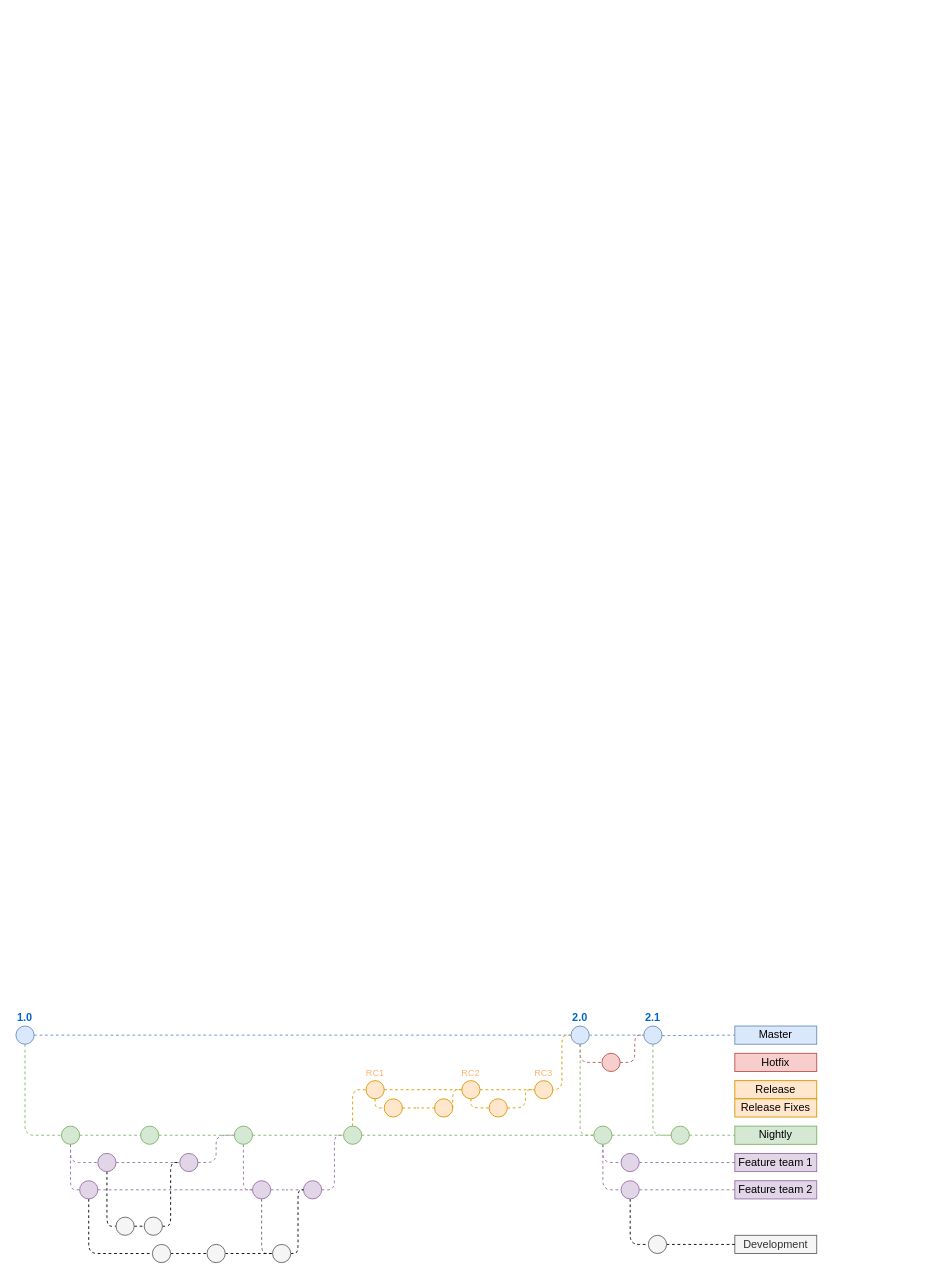
waynechungvs/salesforce-ci-cd-org-dev keeps this draw.io diagram as 未命名绘图.drawio. Above is the earlier version. Source tidied: cells renumbered, new cells numbered last; positions are measured from the earlier drawing's top-left corner, leaving out a move shared by most shapes. Both pictures are drawn from the tidied source at 91%, with x=0, y=0 at pixel (15, 1026).
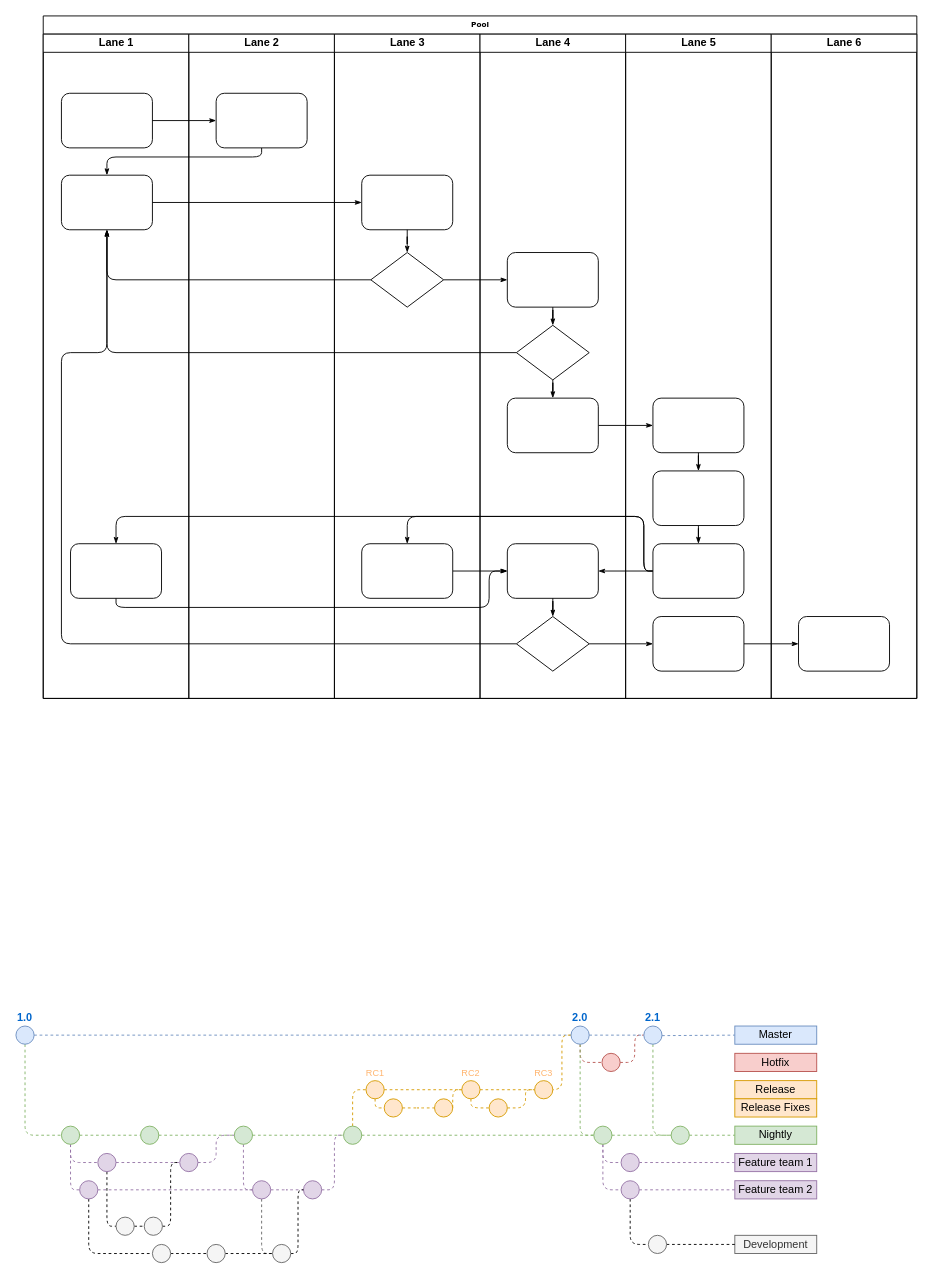
After the change.

Commit message:
更新未命名绘图.drawio

What changed in the source:
```diff
@@
+    <mxCell id="83" value="Pool" style="swimlane;html=1;startSize=20;rounded=0;shadow=0;labelBackgroundColor=none;strokeWidth=1;fontFamily=Verdana;fontSize=8;align=center;" parent="1" vertex="1">
+      <mxGeometry x="30" y="-1110" width="960" height="750" as="geometry" />
+    </mxCell>
+    <mxCell id="84" value="Lane 1" style="swimlane;html=1;startSize=20;" parent="83" vertex="1">
+      <mxGeometry y="20" width="160" height="730" as="geometry" />
+    </mxCell>
+    <mxCell id="85" style="rounded=1;whiteSpace=wrap;html=1;shadow=0;labelBackgroundColor=none;strokeWidth=1;fontFamily=Verdana;fontSize=8;align=center;" parent="84" vertex="1">
+      <mxGeometry x="20" y="65" width="100" height="60" as="geometry" />
+    </mxCell>
+    <mxCell id="86" style="rounded=1;whiteSpace=wrap;html=1;shadow=0;labelBackgroundColor=none;strokeWidth=1;fontFamily=Verdana;fontSize=8;align=center;" parent="84" vertex="1">
+      <mxGeometry x="20" y="155" width="100" height="60" as="geometry" />
+    </mxCell>
+    <mxCell id="87" style="rounded=1;whiteSpace=wrap;html=1;shadow=0;labelBackgroundColor=none;strokeWidth=1;fontFamily=Verdana;fontSize=8;align=center;" parent="84" vertex="1">
+      <mxGeometry x="30" y="560" width="100" height="60" as="geometry" />
+    </mxCell>
+    <mxCell id="88" style="edgeStyle=orthogonalEdgeStyle;rounded=1;html=1;labelBackgroundColor=none;startArrow=none;startFill=0;startSize=5;endArrow=classicThin;endFill=1;endSize=5;jettySize=auto;strokeWidth=1;fontFamily=Verdana;fontSize=8;" parent="83" edge="1" source="85" target="104">
+      <mxGeometry relative="1" as="geometry" />
+    </mxCell>
+    <mxCell id="89" style="edgeStyle=orthogonalEdgeStyle;rounded=1;html=1;labelBackgroundColor=none;startArrow=none;startFill=0;startSize=5;endArrow=classicThin;endFill=1;endSize=5;jettySize=auto;strokeWidth=1;fontFamily=Verdana;fontSize=8;" parent="83" edge="1" source="104" target="86">
+      <mxGeometry relative="1" as="geometry">
+        <Array as="points">
+          <mxPoint x="240" y="155" />
+          <mxPoint x="70" y="155" />
+        </Array>
+      </mxGeometry>
+    </mxCell>
+    <mxCell id="90" style="edgeStyle=orthogonalEdgeStyle;rounded=1;html=1;labelBackgroundColor=none;startArrow=none;startFill=0;startSize=5;endArrow=classicThin;endFill=1;endSize=5;jettySize=auto;strokeWidth=1;fontFamily=Verdana;fontSize=8;" parent="83" edge="1" source="86" target="106">
+      <mxGeometry relative="1" as="geometry" />
+    </mxCell>
+    <mxCell id="91" style="edgeStyle=orthogonalEdgeStyle;rounded=1;html=1;labelBackgroundColor=none;startArrow=none;startFill=0;startSize=5;endArrow=classicThin;endFill=1;endSize=5;jettySize=auto;strokeWidth=1;fontFamily=Verdana;fontSize=8;" parent="83" edge="1" source="107" target="86">
+      <mxGeometry relative="1" as="geometry" />
+    </mxCell>
+    <mxCell id="92" style="edgeStyle=orthogonalEdgeStyle;rounded=1;html=1;labelBackgroundColor=none;startArrow=none;startFill=0;startSize=5;endArrow=classicThin;endFill=1;endSize=5;jettySize=auto;strokeWidth=1;fontFamily=Verdana;fontSize=8;" parent="83" edge="1" source="112" target="86">
+      <mxGeometry relative="1" as="geometry" />
+    </mxCell>
+    <mxCell id="93" style="edgeStyle=orthogonalEdgeStyle;rounded=1;html=1;labelBackgroundColor=none;startArrow=none;startFill=0;startSize=5;endArrow=classicThin;endFill=1;endSize=5;jettySize=auto;strokeWidth=1;fontFamily=Verdana;fontSize=8;" parent="83" edge="1" source="115" target="86">
+      <mxGeometry relative="1" as="geometry">
+        <Array as="points">
+          <mxPoint x="20" y="690" />
+          <mxPoint x="20" y="370" />
+          <mxPoint x="70" y="370" />
+        </Array>
+      </mxGeometry>
+    </mxCell>
+    <mxCell id="94" style="edgeStyle=orthogonalEdgeStyle;rounded=1;html=1;labelBackgroundColor=none;startArrow=none;startFill=0;startSize=5;endArrow=classicThin;endFill=1;endSize=5;jettySize=auto;strokeWidth=1;fontFamily=Verdana;fontSize=8;" parent="83" edge="1" source="107" target="111">
+      <mxGeometry relative="1" as="geometry" />
+    </mxCell>
+    <mxCell id="95" style="edgeStyle=orthogonalEdgeStyle;rounded=1;html=1;labelBackgroundColor=none;startArrow=none;startFill=0;startSize=5;endArrow=classicThin;endFill=1;endSize=5;jettySize=auto;strokeWidth=1;fontFamily=Verdana;fontSize=8;" parent="83" edge="1" source="115" target="123">
+      <mxGeometry relative="1" as="geometry" />
+    </mxCell>
+    <mxCell id="96" style="edgeStyle=orthogonalEdgeStyle;rounded=1;html=1;labelBackgroundColor=none;startArrow=none;startFill=0;startSize=5;endArrow=classicThin;endFill=1;endSize=5;jettySize=auto;strokeWidth=1;fontFamily=Verdana;fontSize=8;" parent="83" edge="1" source="123" target="127">
+      <mxGeometry relative="1" as="geometry" />
+    </mxCell>
+    <mxCell id="97" style="edgeStyle=orthogonalEdgeStyle;rounded=1;html=1;labelBackgroundColor=none;startArrow=none;startFill=0;startSize=5;endArrow=classicThin;endFill=1;endSize=5;jettySize=auto;strokeWidth=1;fontFamily=Verdana;fontSize=8;" parent="83" edge="1" source="113" target="120">
+      <mxGeometry relative="1" as="geometry" />
+    </mxCell>
+    <mxCell id="98" style="edgeStyle=orthogonalEdgeStyle;rounded=1;html=1;labelBackgroundColor=none;startArrow=none;startFill=0;startSize=5;endArrow=classicThin;endFill=1;endSize=5;jettySize=auto;strokeWidth=1;fontFamily=Verdana;fontSize=8;" parent="83" edge="1" source="122" target="108">
+      <mxGeometry relative="1" as="geometry">
+        <Array as="points">
+          <mxPoint x="660" y="610" />
+          <mxPoint x="660" y="550" />
+          <mxPoint x="400" y="550" />
+        </Array>
+      </mxGeometry>
+    </mxCell>
+    <mxCell id="99" style="edgeStyle=orthogonalEdgeStyle;rounded=1;html=1;labelBackgroundColor=none;startArrow=none;startFill=0;startSize=5;endArrow=classicThin;endFill=1;endSize=5;jettySize=auto;strokeColor=#000000;strokeWidth=1;fontFamily=Verdana;fontSize=8;fontColor=#000000;" parent="83" edge="1" source="122" target="114">
+      <mxGeometry relative="1" as="geometry" />
+    </mxCell>
+    <mxCell id="100" style="edgeStyle=orthogonalEdgeStyle;rounded=1;html=1;labelBackgroundColor=none;startArrow=none;startFill=0;startSize=5;endArrow=classicThin;endFill=1;endSize=5;jettySize=auto;strokeWidth=1;fontFamily=Verdana;fontSize=8;" parent="83" edge="1" source="122" target="87">
+      <mxGeometry relative="1" as="geometry">
+        <Array as="points">
+          <mxPoint x="660" y="610" />
+          <mxPoint x="660" y="550" />
+          <mxPoint x="80" y="550" />
+        </Array>
+      </mxGeometry>
+    </mxCell>
+    <mxCell id="101" style="edgeStyle=orthogonalEdgeStyle;rounded=1;html=1;labelBackgroundColor=none;startArrow=none;startFill=0;startSize=5;endArrow=classicThin;endFill=1;endSize=5;jettySize=auto;strokeWidth=1;fontFamily=Verdana;fontSize=8;" parent="83" edge="1" source="87" target="114">
+      <mxGeometry relative="1" as="geometry">
+        <Array as="points">
+          <mxPoint x="80" y="650" />
+          <mxPoint x="490" y="650" />
+          <mxPoint x="490" y="610" />
+        </Array>
+      </mxGeometry>
+    </mxCell>
+    <mxCell id="102" style="edgeStyle=orthogonalEdgeStyle;rounded=1;html=1;labelBackgroundColor=none;startArrow=none;startFill=0;startSize=5;endArrow=classicThin;endFill=1;endSize=5;jettySize=auto;strokeWidth=1;fontFamily=Verdana;fontSize=8;" parent="83" edge="1" source="108" target="114">
+      <mxGeometry relative="1" as="geometry" />
+    </mxCell>
+    <mxCell id="103" value="Lane 2" style="swimlane;html=1;startSize=20;" parent="83" vertex="1">
+      <mxGeometry x="160" y="20" width="160" height="730" as="geometry" />
+    </mxCell>
+    <mxCell id="104" style="rounded=1;whiteSpace=wrap;html=1;shadow=0;labelBackgroundColor=none;strokeWidth=1;fontFamily=Verdana;fontSize=8;align=center;" parent="103" vertex="1">
+      <mxGeometry x="30" y="65" width="100" height="60" as="geometry" />
+    </mxCell>
+    <mxCell id="105" value="Lane 3" style="swimlane;html=1;startSize=20;" parent="83" vertex="1">
+      <mxGeometry x="320" y="20" width="160" height="730" as="geometry" />
+    </mxCell>
+    <mxCell id="106" style="rounded=1;whiteSpace=wrap;html=1;shadow=0;labelBackgroundColor=none;strokeWidth=1;fontFamily=Verdana;fontSize=8;align=center;" parent="105" vertex="1">
+      <mxGeometry x="30" y="155" width="100" height="60" as="geometry" />
+    </mxCell>
+    <mxCell id="107" style="rhombus;whiteSpace=wrap;html=1;rounded=0;shadow=0;labelBackgroundColor=none;strokeWidth=1;fontFamily=Verdana;fontSize=8;align=center;" parent="105" vertex="1">
+      <mxGeometry x="40" y="240" width="80" height="60" as="geometry" />
+    </mxCell>
+    <mxCell id="108" style="rounded=1;whiteSpace=wrap;html=1;shadow=0;labelBackgroundColor=none;strokeWidth=1;fontFamily=Verdana;fontSize=8;align=center;" parent="105" vertex="1">
+      <mxGeometry x="30" y="560" width="100" height="60" as="geometry" />
+    </mxCell>
+    <mxCell id="109" style="edgeStyle=orthogonalEdgeStyle;rounded=1;html=1;labelBackgroundColor=none;startArrow=none;startFill=0;startSize=5;endArrow=classicThin;endFill=1;endSize=5;jettySize=auto;strokeWidth=1;fontFamily=Verdana;fontSize=8;" parent="105" edge="1" source="106" target="107">
+      <mxGeometry relative="1" as="geometry" />
+    </mxCell>
+    <mxCell id="110" value="Lane 4" style="swimlane;html=1;startSize=20;" parent="83" vertex="1">
+      <mxGeometry x="480" y="20" width="160" height="730" as="geometry" />
+    </mxCell>
+    <mxCell id="111" style="rounded=1;whiteSpace=wrap;html=1;shadow=0;labelBackgroundColor=none;strokeWidth=1;fontFamily=Verdana;fontSize=8;align=center;" parent="110" vertex="1">
+      <mxGeometry x="30" y="240" width="100" height="60" as="geometry" />
+    </mxCell>
+    <mxCell id="112" style="rhombus;whiteSpace=wrap;html=1;rounded=0;shadow=0;labelBackgroundColor=none;strokeWidth=1;fontFamily=Verdana;fontSize=8;align=center;" parent="110" vertex="1">
+      <mxGeometry x="40" y="320" width="80" height="60" as="geometry" />
+    </mxCell>
+    <mxCell id="113" style="rounded=1;whiteSpace=wrap;html=1;shadow=0;labelBackgroundColor=none;strokeWidth=1;fontFamily=Verdana;fontSize=8;align=center;" parent="110" vertex="1">
+      <mxGeometry x="30" y="400" width="100" height="60" as="geometry" />
+    </mxCell>
+    <mxCell id="114" style="rounded=1;whiteSpace=wrap;html=1;shadow=0;labelBackgroundColor=none;strokeWidth=1;fontFamily=Verdana;fontSize=8;align=center;" parent="110" vertex="1">
+      <mxGeometry x="30" y="560" width="100" height="60" as="geometry" />
+    </mxCell>
+    <mxCell id="115" style="rhombus;whiteSpace=wrap;html=1;rounded=0;shadow=0;labelBackgroundColor=none;strokeWidth=1;fontFamily=Verdana;fontSize=8;align=center;" parent="110" vertex="1">
+      <mxGeometry x="40" y="640" width="80" height="60" as="geometry" />
+    </mxCell>
+    <mxCell id="116" style="edgeStyle=orthogonalEdgeStyle;rounded=1;html=1;labelBackgroundColor=none;startArrow=none;startFill=0;startSize=5;endArrow=classicThin;endFill=1;endSize=5;jettySize=auto;strokeColor=#000000;strokeWidth=1;fontFamily=Verdana;fontSize=8;fontColor=#000000;" parent="110" edge="1" source="111" target="112">
+      <mxGeometry relative="1" as="geometry" />
+    </mxCell>
+    <mxCell id="117" style="edgeStyle=orthogonalEdgeStyle;rounded=1;html=1;labelBackgroundColor=none;startArrow=none;startFill=0;startSize=5;endArrow=classicThin;endFill=1;endSize=5;jettySize=auto;strokeWidth=1;fontFamily=Verdana;fontSize=8;" parent="110" edge="1" source="112" target="113">
+      <mxGeometry relative="1" as="geometry" />
+    </mxCell>
+    <mxCell id="118" style="edgeStyle=orthogonalEdgeStyle;rounded=1;html=1;labelBackgroundColor=none;startArrow=none;startFill=0;startSize=5;endArrow=classicThin;endFill=1;endSize=5;jettySize=auto;strokeWidth=1;fontFamily=Verdana;fontSize=8;" parent="110" edge="1" source="114" target="115">
+      <mxGeometry relative="1" as="geometry" />
+    </mxCell>
+    <mxCell id="119" value="Lane 5" style="swimlane;html=1;startSize=20;" parent="83" vertex="1">
+      <mxGeometry x="640" y="20" width="160" height="730" as="geometry" />
+    </mxCell>
+    <mxCell id="120" style="rounded=1;whiteSpace=wrap;html=1;shadow=0;labelBackgroundColor=none;strokeWidth=1;fontFamily=Verdana;fontSize=8;align=center;" parent="119" vertex="1">
+      <mxGeometry x="30" y="400" width="100" height="60" as="geometry" />
+    </mxCell>
+    <mxCell id="121" style="rounded=1;whiteSpace=wrap;html=1;shadow=0;labelBackgroundColor=none;strokeWidth=1;fontFamily=Verdana;fontSize=8;align=center;" parent="119" vertex="1">
+      <mxGeometry x="30" y="480" width="100" height="60" as="geometry" />
+    </mxCell>
+    <mxCell id="122" style="rounded=1;whiteSpace=wrap;html=1;shadow=0;labelBackgroundColor=none;strokeWidth=1;fontFamily=Verdana;fontSize=8;align=center;" parent="119" vertex="1">
+      <mxGeometry x="30" y="560" width="100" height="60" as="geometry" />
+    </mxCell>
+    <mxCell id="123" style="rounded=1;whiteSpace=wrap;html=1;shadow=0;labelBackgroundColor=none;strokeWidth=1;fontFamily=Verdana;fontSize=8;align=center;" parent="119" vertex="1">
+      <mxGeometry x="30" y="640" width="100" height="60" as="geometry" />
+    </mxCell>
+    <mxCell id="124" style="edgeStyle=orthogonalEdgeStyle;rounded=1;html=1;labelBackgroundColor=none;startArrow=none;startFill=0;startSize=5;endArrow=classicThin;endFill=1;endSize=5;jettySize=auto;strokeWidth=1;fontFamily=Verdana;fontSize=8;" parent="119" edge="1" source="120" target="121">
+      <mxGeometry relative="1" as="geometry" />
+    </mxCell>
+    <mxCell id="125" style="edgeStyle=orthogonalEdgeStyle;rounded=1;html=1;labelBackgroundColor=none;startArrow=none;startFill=0;startSize=5;endArrow=classicThin;endFill=1;endSize=5;jettySize=auto;strokeWidth=1;fontFamily=Verdana;fontSize=8;" parent="119" edge="1" source="121" target="122">
+      <mxGeometry relative="1" as="geometry" />
+    </mxCell>
+    <mxCell id="126" value="Lane 6" style="swimlane;html=1;startSize=20;" parent="83" vertex="1">
+      <mxGeometry x="800" y="20" width="160" height="730" as="geometry" />
+    </mxCell>
+    <mxCell id="127" style="rounded=1;whiteSpace=wrap;html=1;shadow=0;labelBackgroundColor=none;strokeWidth=1;fontFamily=Verdana;fontSize=8;align=center;" parent="126" vertex="1">
+      <mxGeometry x="30" y="640" width="100" height="60" as="geometry" />
+    </mxCell>
```
